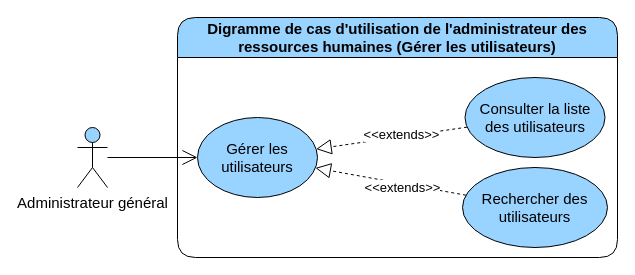
devlotfi/peage-pay keeps this draw.io diagram as page "Gerer les utilisateurs" (6 of 9) of diagrams/use-case/administrateur-general.drawio. Above is the earlier version. Source tidied: cells renumbered, new cells numbered last; positions are measured from the earlier drawing's top-left corner, leaving out a move shared by most shapes. Both pictures are drawn from the tidied source at 100%, with x=0, y=0 at pixel (77, 17).
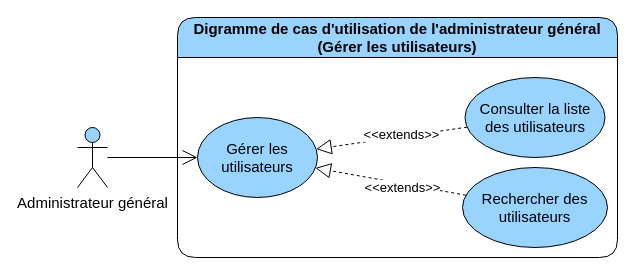
The same page after the edit.

The edit, as a diff of the source:
```diff
@@
 <mxGraphModel>
   <root>
     <mxCell id="0" />
     <mxCell id="1" parent="0" />
-    <mxCell id="2" value="Digramme de cas d'utilisation de l'administrateur des ressources humaines (Gérer les utilisateurs)" style="swimlane;whiteSpace=wrap;html=1;rounded=1;fillColor=#99D3FF;fontSize=15;startSize=40;" parent="1" vertex="1">
+    <mxCell id="2" value="Digramme de cas d'utilisation de l'administrateur général (Gérer les utilisateurs)" style="swimlane;whiteSpace=wrap;html=1;rounded=1;fillColor=#99D3FF;fontSize=15;startSize=40;" parent="1" vertex="1">
       <mxGeometry x="100" width="440" height="240" as="geometry" />
     </mxCell>
     <mxCell id="3" style="edgeStyle=none;rounded=0;jettySize=auto;html=1;dashed=1;strokeColor=default;align=center;verticalAlign=middle;fontFamily=Helvetica;fontSize=15;fontColor=default;labelBackgroundColor=default;startSize=6;endArrow=block;endFill=0;endSize=13;" parent="2" edge="1" source="7" target="8">
       <mxGeometry relative="1" as="geometry" />
     </mxCell>
     <mxCell id="4" value="&amp;lt;&amp;lt;extends&amp;gt;&amp;gt;" style="edgeLabel;html=1;align=center;verticalAlign=middle;strokeColor=default;fontFamily=Helvetica;fontSize=13;fontColor=default;labelBackgroundColor=default;fillColor=#99D3FF;" parent="3" vertex="1">
       <mxGeometry x="-0.16" y="3" relative="1" as="geometry" />
     </mxCell>
     <mxCell id="5" style="edgeStyle=none;rounded=0;jettySize=auto;html=1;dashed=1;strokeColor=default;align=center;verticalAlign=middle;fontFamily=Helvetica;fontSize=15;fontColor=default;labelBackgroundColor=default;startSize=6;endArrow=block;endFill=0;endSize=13;" parent="2" edge="1" source="9" target="8">
       <mxGeometry relative="1" as="geometry" />
     </mxCell>
     <mxCell id="6" value="&amp;lt;&amp;lt;extends&amp;gt;&amp;gt;" style="edgeLabel;html=1;align=center;verticalAlign=middle;strokeColor=default;fontFamily=Helvetica;fontSize=13;fontColor=default;labelBackgroundColor=default;fillColor=#99D3FF;" parent="5" vertex="1">
       <mxGeometry x="-0.12" y="-3" relative="1" as="geometry">
         <mxPoint x="1" as="offset" />
       </mxGeometry>
     </mxCell>
     <mxCell id="7" value="Rechercher des utilisateurs" style="ellipse;whiteSpace=wrap;html=1;strokeColor=default;align=center;verticalAlign=middle;fontFamily=Helvetica;fontSize=15;fontColor=default;fillColor=#99D3FF;" parent="2" vertex="1">
       <mxGeometry x="285" y="150" width="145" height="80" as="geometry" />
     </mxCell>
     <mxCell id="8" value="Gérer les utilisateurs" style="ellipse;whiteSpace=wrap;html=1;strokeColor=default;align=center;verticalAlign=middle;fontFamily=Helvetica;fontSize=15;fontColor=default;fillColor=#99D3FF;" parent="2" vertex="1">
       <mxGeometry x="20" y="100" width="120" height="80" as="geometry" />
     </mxCell>
     <mxCell id="9" value="Consulter la liste des utilisateurs" style="ellipse;whiteSpace=wrap;html=1;strokeColor=default;align=center;verticalAlign=middle;fontFamily=Helvetica;fontSize=15;fontColor=default;fillColor=#99D3FF;" parent="2" vertex="1">
       <mxGeometry x="287.5" y="60" width="140" height="80" as="geometry" />
     </mxCell>
     <mxCell id="10" value="Administrateur général" style="shape=umlActor;verticalLabelPosition=bottom;verticalAlign=top;html=1;outlineConnect=0;strokeColor=default;align=center;fontFamily=Helvetica;fontSize=15;fontColor=default;fillColor=#99D3FF;" parent="1" vertex="1">
       <mxGeometry y="110" width="30" height="60" as="geometry" />
     </mxCell>
     <mxCell id="11" style="rounded=0;jettySize=auto;html=1;fontFamily=Helvetica;fontSize=15;fontColor=default;endArrow=open;endFill=0;startSize=6;endSize=13;" parent="1" edge="1" source="10" target="8">
       <mxGeometry relative="1" as="geometry" />
     </mxCell>
   </root>
 </mxGraphModel>
```
